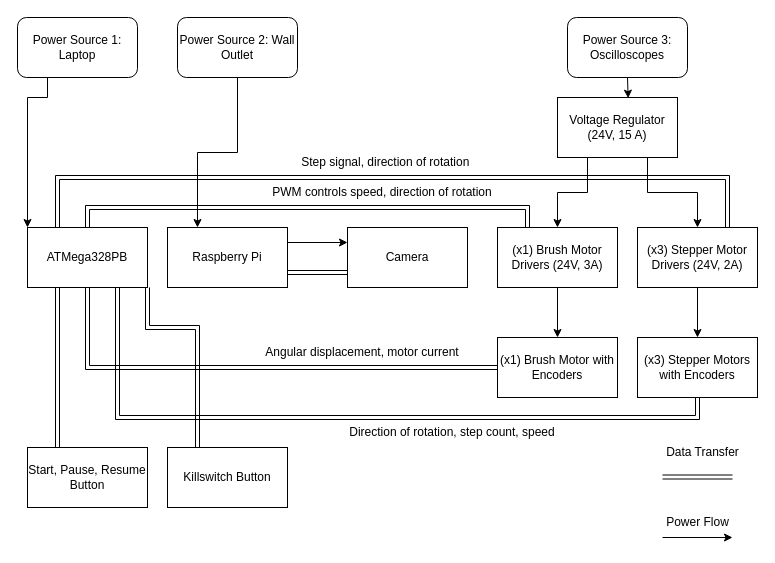
Earlier version of the draw.io diagram Untitled Diagram.drawio (upenn-embedded/final-project-s25-the-algorithm). Source tidied: cells renumbered, new cells numbered last; positions are measured from the earlier drawing's top-left corner, leaving out a move shared by most shapes. Both pictures are drawn from the tidied source at 100%, with x=0, y=0 at pixel (17, 17).
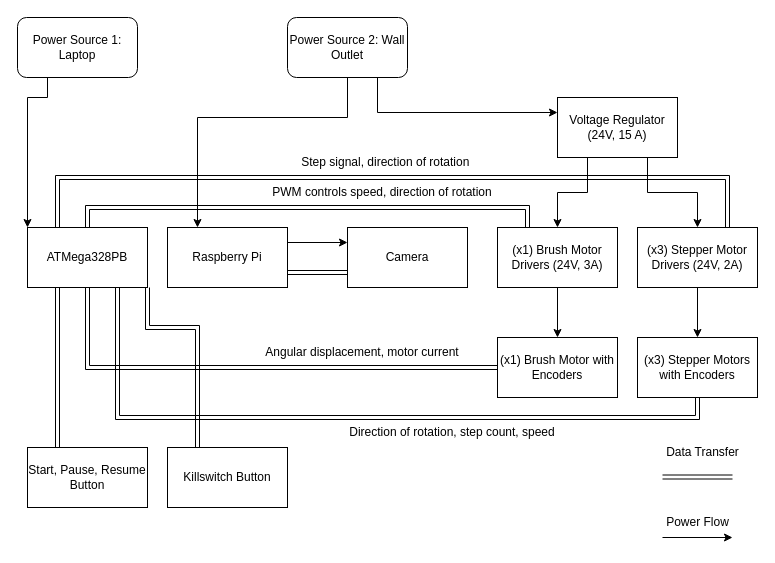
The same page after the edit.

The change refers to these unchanged cells:
```xml
<mxCell id="10" value="Raspberry Pi" style="rounded=0;whiteSpace=wrap;html=1;" parent="1" vertex="1">
  <mxGeometry x="150" y="210" width="120" height="60" as="geometry" />
</mxCell>
<mxCell id="33" value="Voltage Regulator (24V, 15 A)" style="rounded=0;whiteSpace=wrap;html=1;" parent="1" vertex="1">
  <mxGeometry x="540" y="80" width="120" height="60" as="geometry" />
</mxCell>
```

What changed in the source:
```diff
@@
-    <mxCell id="2" value="Power Source 3: Oscilloscopes" style="rounded=1;whiteSpace=wrap;html=1;" parent="1" vertex="1">
-      <mxGeometry x="550" width="120" height="60" as="geometry" />
-    </mxCell>
     <mxCell id="3" style="edgeStyle=orthogonalEdgeStyle;rounded=0;jettySize=auto;html=1;entryX=0.25;entryY=0;entryDx=0;entryDy=0;exitX=0.5;exitY=1;exitDx=0;exitDy=0;" parent="1" edge="1" source="31" target="10">
-      <mxGeometry relative="1" as="geometry" />
+      <mxGeometry relative="1" as="geometry">
+        <Array as="points">
+          <mxPoint x="330" y="100" />
+          <mxPoint x="180" y="100" />
+        </Array>
+      </mxGeometry>
     </mxCell>
@@
+    <mxCell id="39" style="edgeStyle=orthogonalEdgeStyle;rounded=0;jettySize=auto;html=1;exitX=0.75;exitY=1;exitDx=0;exitDy=0;entryX=0;entryY=0.25;entryDx=0;entryDy=0;" parent="1" edge="1" source="31" target="33">
+      <mxGeometry relative="1" as="geometry" />
+    </mxCell>
     <mxCell id="31" value="Power Source 2: Wall Outlet" style="rounded=1;whiteSpace=wrap;html=1;" parent="1" vertex="1">
-      <mxGeometry x="160" width="120" height="60" as="geometry" />
+      <mxGeometry x="270" width="120" height="60" as="geometry" />
     </mxCell>
-    <mxCell id="32" style="edgeStyle=orthogonalEdgeStyle;rounded=0;jettySize=auto;html=1;exitX=0.5;exitY=1;exitDx=0;exitDy=0;entryX=0.589;entryY=0.011;entryDx=0;entryDy=0;entryPerimeter=0;" parent="1" edge="1" source="2" target="33">
-      <mxGeometry relative="1" as="geometry" />
-    </mxCell>
```
